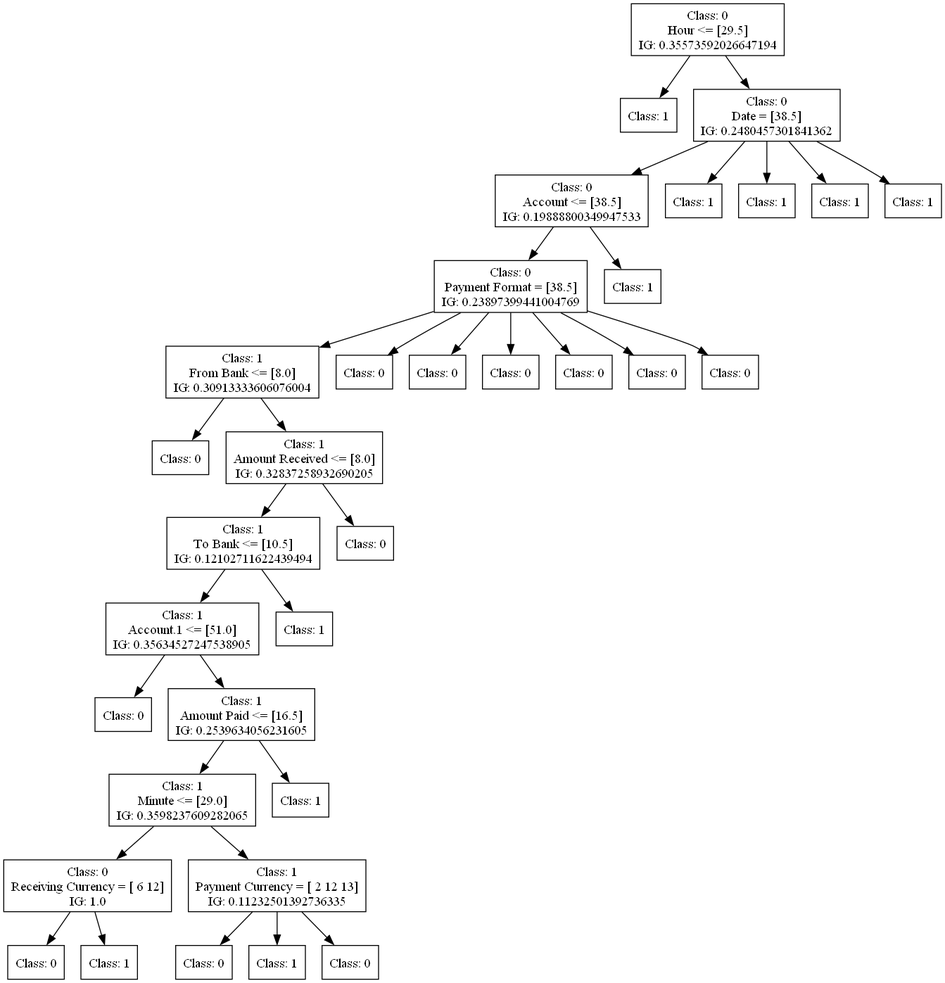
FedericoBruzzone/anti-money-laundering keeps this Graphviz diagram as dot_figs/tree-c45-undersampling.png. Above is the earlier version. Its source is kept beside it as dot_figs/tree-c45-undersampling.dot. Its diagram source:
```dot
digraph DecisionTree {
	rankdir=TD;
	node [shape=box];
	1812482472064 [label="Class: 0
Hour <= [29.5]
IG: 0.35573592026647194"];
	1812482937168 [label="Class: 1
"];
	1812482472064 -> 1812482937168;
	1812482936736 [label="Class: 0
Date = [38.5]
IG: 0.2480457301841362"];
	1812482472064 -> 1812482936736;
	1812482936880 [label="Class: 0
Account <= [38.5]
IG: 0.19888800349947533"];
	1812482936736 -> 1812482936880;
	1812482937024 [label="Class: 0
Payment Format = [38.5]
IG: 0.23897399441004769"];
	1812482936880 -> 1812482937024;
	1812482933280 [label="Class: 1
From Bank <= [8.0]
IG: 0.30913333606076004"];
	1812482937024 -> 1812482933280;
	1812482940384 [label="Class: 0
"];
	1812482933280 -> 1812482940384;
	1812482943024 [label="Class: 1
Amount Received <= [8.0]
IG: 0.32837258932690205"];
	1812482933280 -> 1812482943024;
	1812482932800 [label="Class: 1
To Bank <= [10.5]
IG: 0.12102711622439494"];
	1812482943024 -> 1812482932800;
	1812482935968 [label="Class: 1
Account.1 <= [51.0]
IG: 0.35634527247538905"];
	1812482932800 -> 1812482935968;
	1812482940336 [label="Class: 0
"];
	1812482935968 -> 1812482940336;
	1812482941056 [label="Class: 1
Amount Paid <= [16.5]
IG: 0.2539634056231605"];
	1812482935968 -> 1812482941056;
	1812482937216 [label="Class: 1
Minute <= [29.0]
IG: 0.3598237609282065"];
	1812482941056 -> 1812482937216;
	1812482939184 [label="Class: 0
Receiving Currency = [ 6 12]
IG: 1.0"];
	1812482937216 -> 1812482939184;
	1812482933328 [label="Class: 0
"];
	1812482939184 -> 1812482933328;
	1812482941632 [label="Class: 1
"];
	1812482939184 -> 1812482941632;
	1812482941536 [label="Class: 1
Payment Currency = [ 2 12 13]
IG: 0.11232501392736335"];
	1812482937216 -> 1812482941536;
	1812482941920 [label="Class: 0
"];
	1812482941536 -> 1812482941920;
	1812482935392 [label="Class: 1
"];
	1812482941536 -> 1812482935392;
	1812482938464 [label="Class: 0
"];
	1812482941536 -> 1812482938464;
	1812482941248 [label="Class: 1
"];
	1812482941056 -> 1812482941248;
	1812482940816 [label="Class: 1
"];
	1812482932800 -> 1812482940816;
	1812482940624 [label="Class: 0
"];
	1812482943024 -> 1812482940624;
	1812482933616 [label="Class: 0
"];
	1812482937024 -> 1812482933616;
	1812482938704 [label="Class: 0
"];
	1812482937024 -> 1812482938704;
	1812482935104 [label="Class: 0
"];
	1812482937024 -> 1812482935104;
	1812482938224 [label="Class: 0
"];
	1812482937024 -> 1812482938224;
	1812482939952 [label="Class: 0
"];
	1812482937024 -> 1812482939952;
	1812482938032 [label="Class: 0
"];
	1812482937024 -> 1812482938032;
	1812482933184 [label="Class: 1
"];
	1812482936880 -> 1812482933184;
	1812482936976 [label="Class: 1
"];
	1812482936736 -> 1812482936976;
	1812482934720 [label="Class: 1
"];
	1812482936736 -> 1812482934720;
	1812482939280 [label="Class: 1
"];
	1812482936736 -> 1812482939280;
	1812482937552 [label="Class: 1
"];
	1812482936736 -> 1812482937552;
}
```
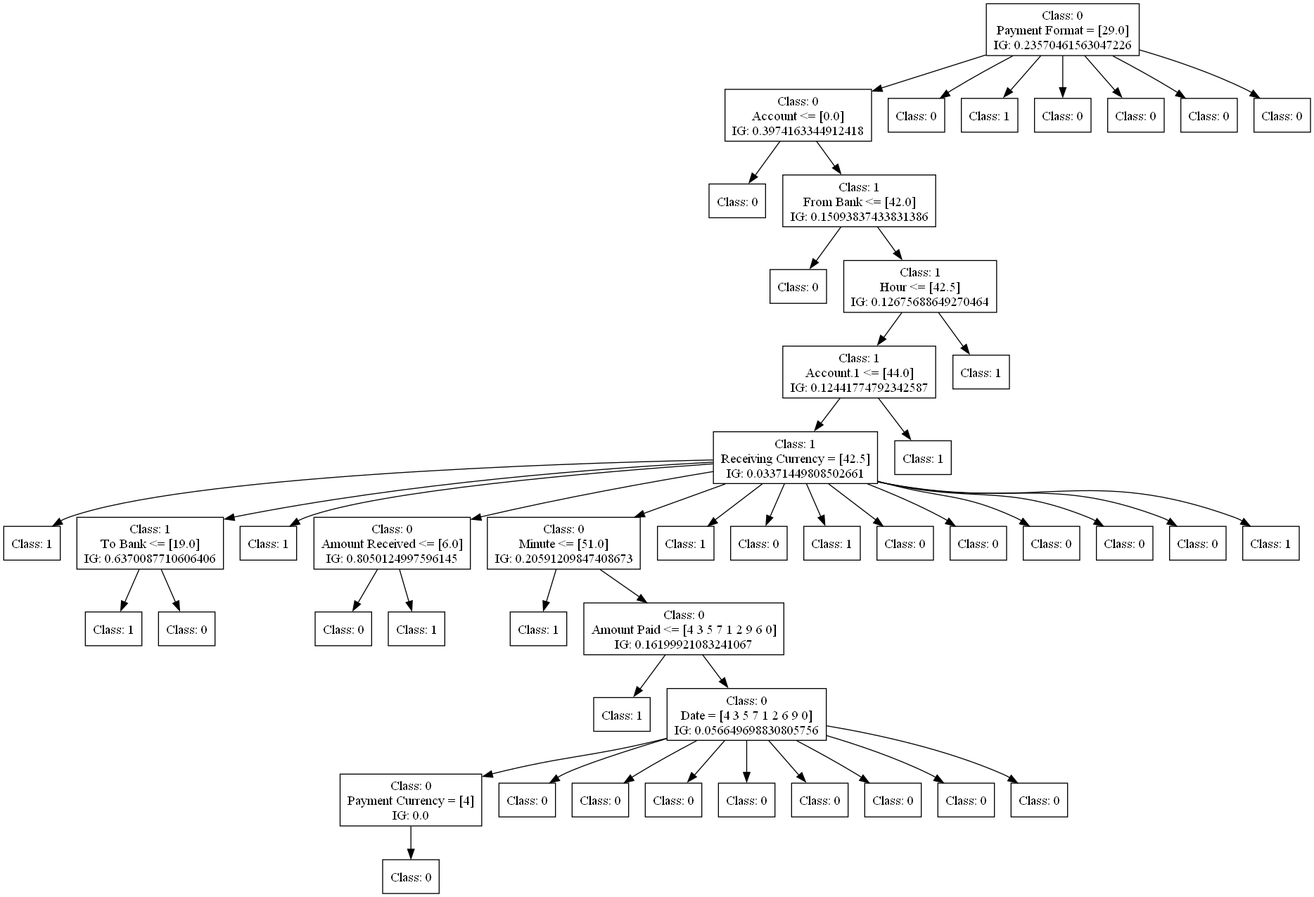
After the commit.

Diff of the diagram source:
```diff
@@ -1,117 +1,159 @@
 digraph DecisionTree {
 	rankdir=TD;
 	node [shape=box];
-	1812482472064 [label="Class: 0
-Hour <= [29.5]
-IG: 0.35573592026647194"];
-	1812482937168 [label="Class: 1
+	2509816995056 [label="Class: 0
+Payment Format = [29.0]
+IG: 0.23570461563047226"];
+	2509932849920 [label="Class: 0
+Account <= [0.0]
+IG: 0.3974163344912418"];
+	2509816995056 -> 2509932849920;
+	2509728976128 [label="Class: 0
 "];
-	1812482472064 -> 1812482937168;
-	1812482936736 [label="Class: 0
-Date = [38.5]
-IG: 0.2480457301841362"];
-	1812482472064 -> 1812482936736;
-	1812482936880 [label="Class: 0
-Account <= [38.5]
-IG: 0.19888800349947533"];
-	1812482936736 -> 1812482936880;
-	1812482937024 [label="Class: 0
-Payment Format = [38.5]
-IG: 0.23897399441004769"];
-	1812482936880 -> 1812482937024;
-	1812482933280 [label="Class: 1
-From Bank <= [8.0]
-IG: 0.30913333606076004"];
-	1812482937024 -> 1812482933280;
-	1812482940384 [label="Class: 0
+	2509932849920 -> 2509728976128;
+	2509728976560 [label="Class: 1
+From Bank <= [42.0]
+IG: 0.15093837433831386"];
+	2509932849920 -> 2509728976560;
+	2509728984288 [label="Class: 0
 "];
-	1812482933280 -> 1812482940384;
-	1812482943024 [label="Class: 1
-Amount Received <= [8.0]
-IG: 0.32837258932690205"];
-	1812482933280 -> 1812482943024;
-	1812482932800 [label="Class: 1
-To Bank <= [10.5]
-IG: 0.12102711622439494"];
-	1812482943024 -> 1812482932800;
-	1812482935968 [label="Class: 1
-Account.1 <= [51.0]
-IG: 0.35634527247538905"];
-	1812482932800 -> 1812482935968;
-	1812482940336 [label="Class: 0
+	2509728976560 -> 2509728984288;
+	2509728984480 [label="Class: 1
+Hour <= [42.5]
+IG: 0.12675688649270464"];
+	2509728976560 -> 2509728984480;
+	2509728746032 [label="Class: 1
+Account.1 <= [44.0]
+IG: 0.12441774792342587"];
+	2509728984480 -> 2509728746032;
+	2509728753472 [label="Class: 1
+Receiving Currency = [42.5]
+IG: 0.03371449808502661"];
+	2509728746032 -> 2509728753472;
+	2509728758512 [label="Class: 1
 "];
-	1812482935968 -> 1812482940336;
-	1812482941056 [label="Class: 1
-Amount Paid <= [16.5]
-IG: 0.2539634056231605"];
-	1812482935968 -> 1812482941056;
-	1812482937216 [label="Class: 1
-Minute <= [29.0]
-IG: 0.3598237609282065"];
-	1812482941056 -> 1812482937216;
-	1812482939184 [label="Class: 0
-Receiving Currency = [ 6 12]
-IG: 1.0"];
-	1812482937216 -> 1812482939184;
-	1812482933328 [label="Class: 0
+	2509728753472 -> 2509728758512;
+	2509728755920 [label="Class: 1
+To Bank <= [19.0]
+IG: 0.6370087710606406"];
+	2509728753472 -> 2509728755920;
+	2509728732048 [label="Class: 1
 "];
-	1812482939184 -> 1812482933328;
-	1812482941632 [label="Class: 1
+	2509728755920 -> 2509728732048;
+	2509728732480 [label="Class: 0
 "];
-	1812482939184 -> 1812482941632;
-	1812482941536 [label="Class: 1
-Payment Currency = [ 2 12 13]
-IG: 0.11232501392736335"];
-	1812482937216 -> 1812482941536;
-	1812482941920 [label="Class: 0
+	2509728755920 -> 2509728732480;
+	2509728756832 [label="Class: 1
 "];
-	1812482941536 -> 1812482941920;
-	1812482935392 [label="Class: 1
+	2509728753472 -> 2509728756832;
+	2509728759760 [label="Class: 0
+Amount Received <= [6.0]
+IG: 0.8050124997596145"];
+	2509728753472 -> 2509728759760;
+	2509728734400 [label="Class: 0
 "];
-	1812482941536 -> 1812482935392;
-	1812482938464 [label="Class: 0
+	2509728759760 -> 2509728734400;
+	2509728734832 [label="Class: 1
 "];
-	1812482941536 -> 1812482938464;
-	1812482941248 [label="Class: 1
+	2509728759760 -> 2509728734832;
+	2509728759664 [label="Class: 0
+Minute <= [51.0]
+IG: 0.20591209847408673"];
+	2509728753472 -> 2509728759664;
+	2509728737136 [label="Class: 1
 "];
-	1812482941056 -> 1812482941248;
-	1812482940816 [label="Class: 1
+	2509728759664 -> 2509728737136;
+	2509728737568 [label="Class: 0
+Amount Paid <= [4 3 5 7 1 2 9 6 0]
+IG: 0.16199921083241067"];
+	2509728759664 -> 2509728737568;
+	2509728739632 [label="Class: 1
 "];
-	1812482932800 -> 1812482940816;
-	1812482940624 [label="Class: 0
+	2509728737568 -> 2509728739632;
+	2509728740064 [label="Class: 0
+Date = [4 3 5 7 1 2 6 9 0]
+IG: 0.056649698830805756"];
+	2509728737568 -> 2509728740064;
+	2509728741936 [label="Class: 0
+Payment Currency = [4]
+IG: 0.0"];
+	2509728740064 -> 2509728741936;
+	2509728740352 [label="Class: 0
 "];
-	1812482943024 -> 1812482940624;
-	1812482933616 [label="Class: 0
+	2509728741936 -> 2509728740352;
+	2509728741840 [label="Class: 0
 "];
-	1812482937024 -> 1812482933616;
-	1812482938704 [label="Class: 0
+	2509728740064 -> 2509728741840;
+	2509728741600 [label="Class: 0
 "];
-	1812482937024 -> 1812482938704;
-	1812482935104 [label="Class: 0
+	2509728740064 -> 2509728741600;
+	2509728740400 [label="Class: 0
 "];
-	1812482937024 -> 1812482935104;
-	1812482938224 [label="Class: 0
+	2509728740064 -> 2509728740400;
+	2509728741744 [label="Class: 0
 "];
-	1812482937024 -> 1812482938224;
-	1812482939952 [label="Class: 0
+	2509728740064 -> 2509728741744;
+	2509728734352 [label="Class: 0
 "];
-	1812482937024 -> 1812482939952;
-	1812482938032 [label="Class: 0
+	2509728740064 -> 2509728734352;
+	2509728734304 [label="Class: 0
 "];
-	1812482937024 -> 1812482938032;
-	1812482933184 [label="Class: 1
+	2509728740064 -> 2509728734304;
+	2509728742128 [label="Class: 0
 "];
-	1812482936880 -> 1812482933184;
-	1812482936976 [label="Class: 1
+	2509728740064 -> 2509728742128;
+	2509728742080 [label="Class: 0
 "];
-	1812482936736 -> 1812482936976;
-	1812482934720 [label="Class: 1
+	2509728740064 -> 2509728742080;
+	2509728759616 [label="Class: 1
 "];
-	1812482936736 -> 1812482934720;
-	1812482939280 [label="Class: 1
+	2509728753472 -> 2509728759616;
+	2509728757600 [label="Class: 0
 "];
-	1812482936736 -> 1812482939280;
-	1812482937552 [label="Class: 1
+	2509728753472 -> 2509728757600;
+	2509728757552 [label="Class: 1
 "];
-	1812482936736 -> 1812482937552;
+	2509728753472 -> 2509728757552;
+	2509728728064 [label="Class: 0
+"];
+	2509728753472 -> 2509728728064;
+	2509728728688 [label="Class: 0
+"];
+	2509728753472 -> 2509728728688;
+	2509728728880 [label="Class: 0
+"];
+	2509728753472 -> 2509728728880;
+	2509728729024 [label="Class: 0
+"];
+	2509728753472 -> 2509728729024;
+	2509728729168 [label="Class: 0
+"];
+	2509728753472 -> 2509728729168;
+	2509728729312 [label="Class: 1
+"];
+	2509728753472 -> 2509728729312;
+	2509728753904 [label="Class: 1
+"];
+	2509728746032 -> 2509728753904;
+	2509728746464 [label="Class: 1
+"];
+	2509728984480 -> 2509728746464;
+	2509932848624 [label="Class: 0
+"];
+	2509816995056 -> 2509932848624;
+	2509932846080 [label="Class: 1
+"];
+	2509816995056 -> 2509932846080;
+	2509932849584 [label="Class: 0
+"];
+	2509816995056 -> 2509932849584;
+	2509932845456 [label="Class: 0
+"];
+	2509816995056 -> 2509932845456;
+	2509932845408 [label="Class: 0
+"];
+	2509816995056 -> 2509932845408;
+	2509932850352 [label="Class: 0
+"];
+	2509816995056 -> 2509932850352;
 }
```
